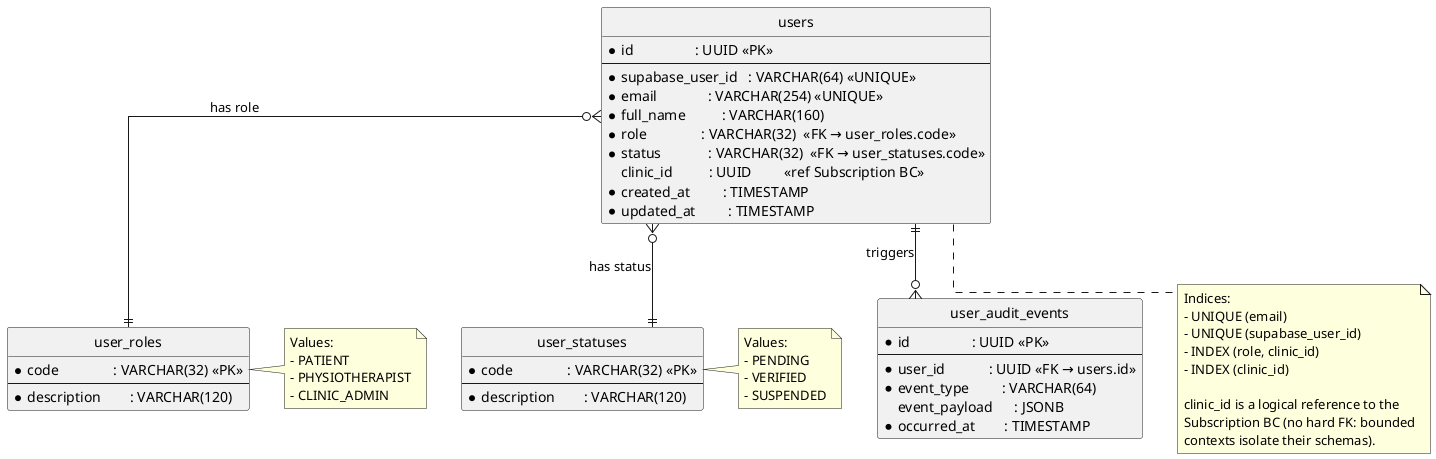
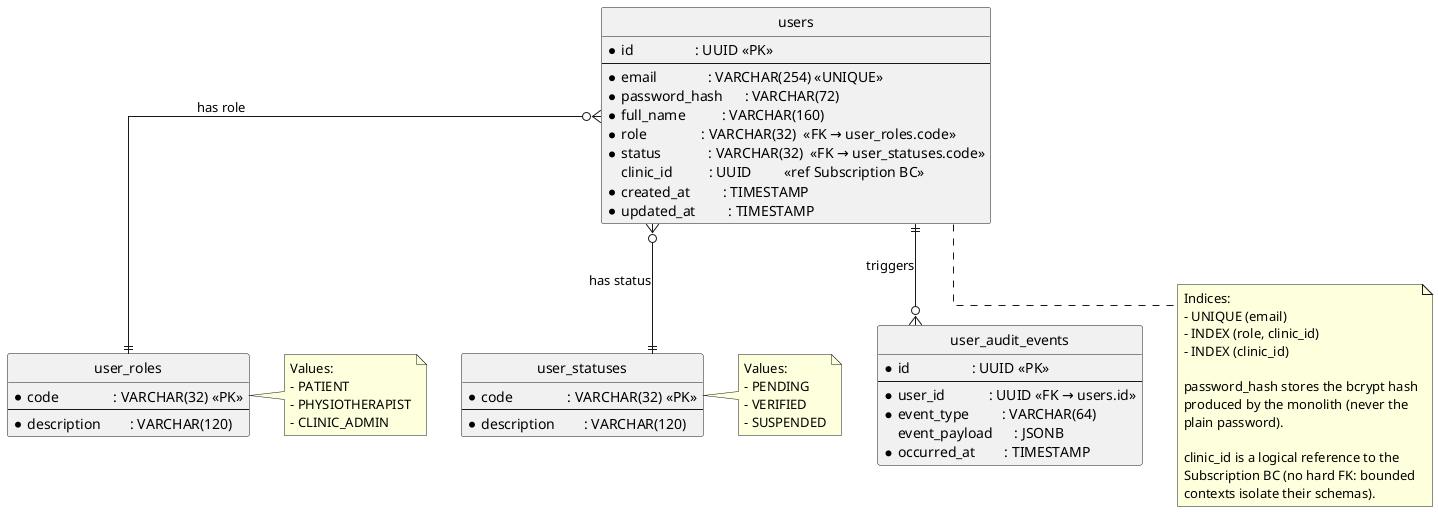
@startuml uflex-iam-erd
' Database Design Diagram — IAM Bounded Context (uFlex)
- ' Target: Azure Database for PostgreSQL — Flexible Server
+ ' Target: PostgreSQL hosted on Supabase — schema "iam"

skinparam shadowing false
skinparam defaultFontName Arial
skinparam linetype ortho

!define table(x) entity x << (T,#438DD5) >>
!define enum(x)  entity x << (E,#85BBF0) >>

hide circle
hide empty members

' =========================================================
' Tables
' =========================================================
table(users) {
  * id                 : UUID <<PK>>
  --
-   * supabase_user_id   : VARCHAR(64) <<UNIQUE>>
  * email              : VARCHAR(254) <<UNIQUE>>
+   * password_hash      : VARCHAR(72)
  * full_name          : VARCHAR(160)
  * role               : VARCHAR(32)  <<FK → user_roles.code>>
  * status             : VARCHAR(32)  <<FK → user_statuses.code>>
    clinic_id          : UUID         <<ref Subscription BC>>
  * created_at         : TIMESTAMP
  * updated_at         : TIMESTAMP
}

table(user_audit_events) {
  * id                 : UUID <<PK>>
  --
  * user_id            : UUID <<FK → users.id>>
  * event_type         : VARCHAR(64)
    event_payload      : JSONB
  * occurred_at        : TIMESTAMP
}

enum(user_roles) {
  * code               : VARCHAR(32) <<PK>>
  --
  * description        : VARCHAR(120)
}
note right of user_roles
  Values:
  - PATIENT
  - PHYSIOTHERAPIST
  - CLINIC_ADMIN
end note

enum(user_statuses) {
  * code               : VARCHAR(32) <<PK>>
  --
  * description        : VARCHAR(120)
}
note right of user_statuses
  Values:
  - PENDING
  - VERIFIED
  - SUSPENDED
end note

' =========================================================
' Relationships
' =========================================================
users }o--|| user_roles    : "has role"
users }o--|| user_statuses : "has status"
users ||--o{ user_audit_events : "triggers"

note bottom of users
  Indices:
  - UNIQUE (email)
-   - UNIQUE (supabase_user_id)
  - INDEX (role, clinic_id)
  - INDEX (clinic_id)
+ 
+   password_hash stores the bcrypt hash
+   produced by the monolith (never the
+   plain password).

  clinic_id is a logical reference to the
  Subscription BC (no hard FK: bounded
  contexts isolate their schemas).
end note

@enduml
